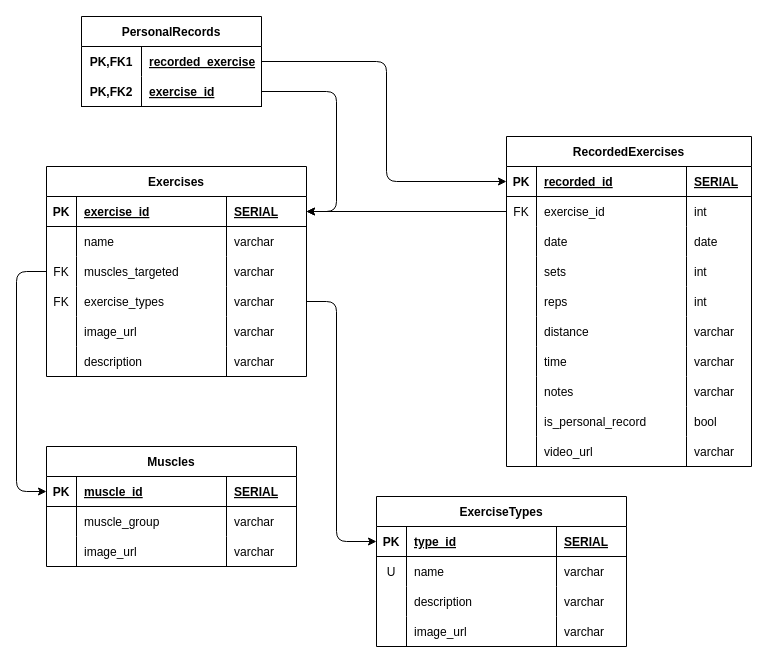
Before: assignments/be-5-app-marshmallow/erd.drawio in James-Devpipline/BackEnd, a draw.io diagram. Source tidied: cells renumbered, new cells numbered last; positions are measured from the earlier drawing's top-left corner, leaving out a move shared by most shapes. Both pictures are drawn from the tidied source at 100%, with x=0, y=0 at pixel (16, 16).
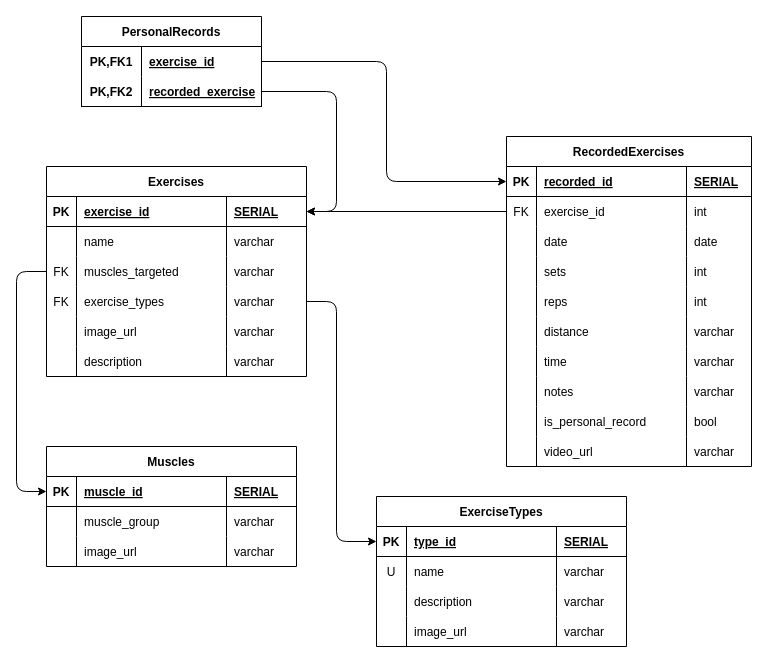
Above is the later version.

The change refers to these unchanged cells:
```xml
<mxCell id="103" style="shape=tableRow;horizontal=0;startSize=0;swimlaneHead=0;swimlaneBody=0;fillColor=none;points=[[0,0.5],[1,0.5]];portConstraint=eastwest;top=0;left=0;right=0;bottom=0;" parent="102" vertex="1">
  <mxGeometry y="30" width="180" height="30" as="geometry" />
</mxCell>
<mxCell id="106" style="shape=tableRow;horizontal=0;startSize=0;swimlaneHead=0;swimlaneBody=0;fillColor=none;points=[[0,0.5],[1,0.5]];portConstraint=eastwest;top=0;left=0;right=0;bottom=1;" parent="102" vertex="1">
  <mxGeometry y="60" width="180" height="30" as="geometry" />
</mxCell>
```

What changed in the source:
```diff
@@
-    <mxCell id="105" value="recorded_exercise" style="shape=partialRectangle;fillColor=none;top=0;left=0;bottom=0;right=0;align=left;spacingLeft=6;fontStyle=5;overflow=hidden;" parent="103" vertex="1">
+    <mxCell id="105" value="exercise_id" style="shape=partialRectangle;fillColor=none;top=0;left=0;bottom=0;right=0;align=left;spacingLeft=6;fontStyle=5;overflow=hidden;" parent="103" vertex="1">
       <mxGeometry x="60" width="120" height="30" as="geometry" />
     </mxCell>
@@
-    <mxCell id="108" value="exercise_id" style="shape=partialRectangle;fillColor=none;top=0;left=0;bottom=0;right=0;align=left;spacingLeft=6;fontStyle=5;overflow=hidden;" parent="106" vertex="1">
+    <mxCell id="108" value="recorded_exercise" style="shape=partialRectangle;fillColor=none;top=0;left=0;bottom=0;right=0;align=left;spacingLeft=6;fontStyle=5;overflow=hidden;" parent="106" vertex="1">
       <mxGeometry x="60" width="120" height="30" as="geometry" />
     </mxCell>
```
